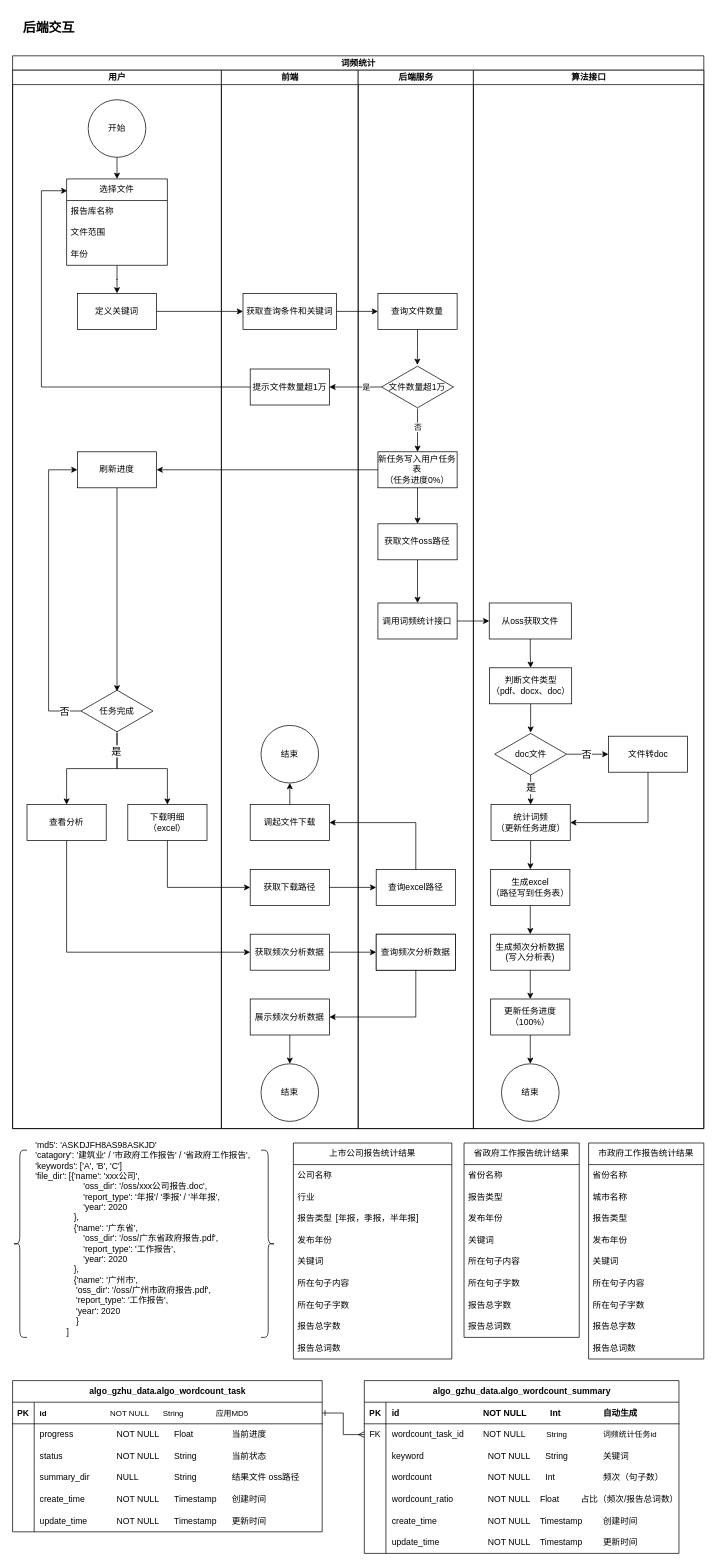
wangzijia122/drawio_repository keeps this draw.io diagram as page "AI词频统计后端交互" (10 of 10) of 广大数据平台逻辑图.drawio. Above is the earlier version. Source tidied: cells renumbered, new cells numbered last; positions are measured from the earlier drawing's top-left corner, leaving out a move shared by most shapes. Both pictures are drawn from the tidied source at 72%, with x=0, y=0 at pixel (12, 12).
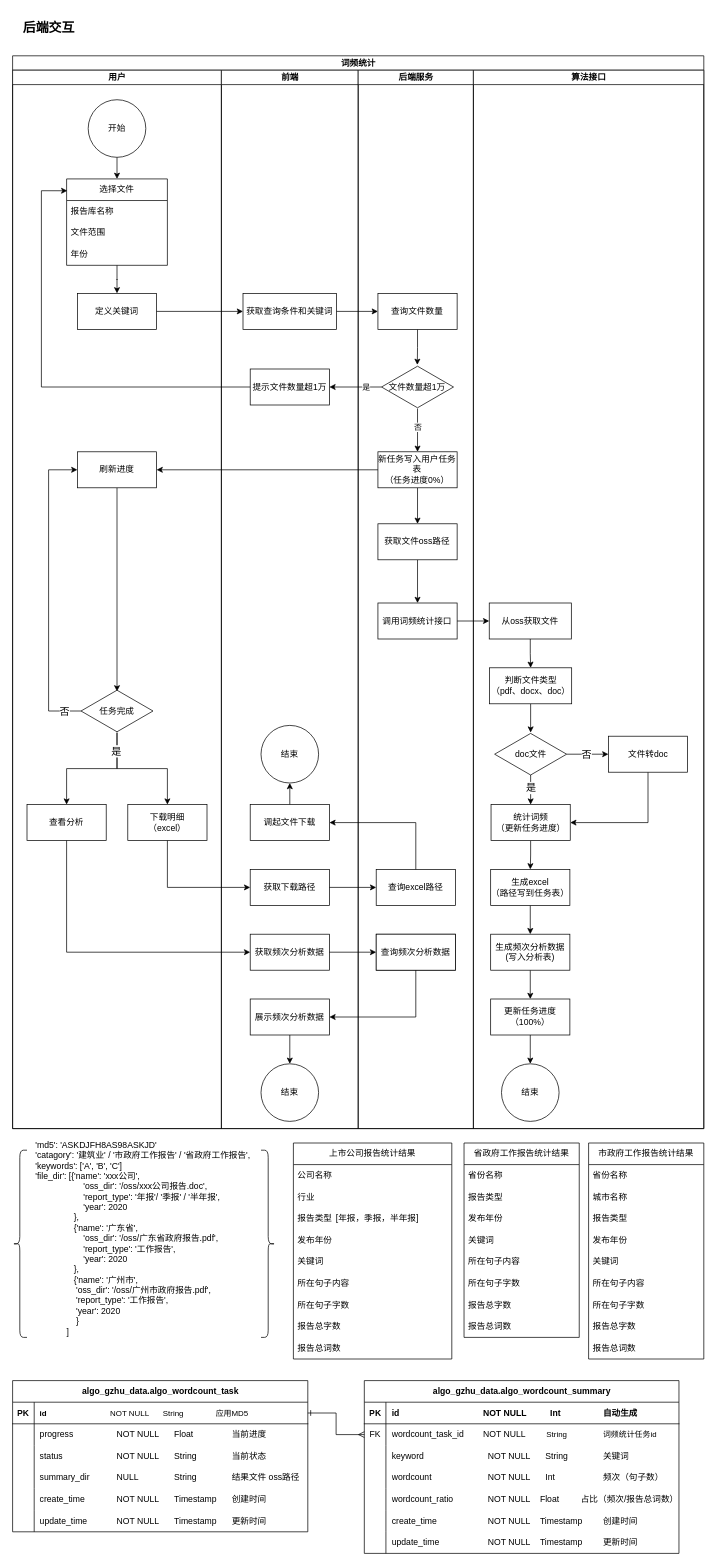
The same diagram, later.

Commit message:
更新广大数据平台逻辑图.drawio

Change to the diagram source:
```diff
@@
     <mxCell id="111" value="algo_gzhu_data.algo_wordcount_task" style="shape=table;startSize=30;childLayout=tableLayout;rowLines=0;fontStyle=1;align=center;html=1;" parent="1" vertex="1">
-      <mxGeometry y="1900" width="430" height="210" as="geometry" />
+      <mxGeometry y="1900" width="410" height="210" as="geometry" />
     </mxCell>
     <mxCell id="112" style="shape=tableRow;horizontal=0;startSize=0;swimlaneHead=0;swimlaneBody=0;fillColor=none;points=[[0,0.5],[1,0.5]];portConstraint=eastwest;top=0;left=0;right=0;bottom=1;" parent="111" vertex="1">
-      <mxGeometry y="30" width="430" height="30" as="geometry" />
+      <mxGeometry y="30" width="410" height="30" as="geometry" />
     </mxCell>
@@
     <mxCell id="114" value="id&lt;span style=&quot;border-color: var(--border-color); font-size: 11px; font-weight: 400;&quot;&gt;&lt;span style=&quot;white-space: pre; font-size: 11px;&quot;&gt;&amp;nbsp;&amp;nbsp;&amp;nbsp;&amp;nbsp;&lt;span style=&quot;white-space: pre; font-size: 11px;&quot;&gt;&#9;&lt;/span&gt;&lt;span style=&quot;white-space: pre; font-size: 11px;&quot;&gt;&#9;&lt;span style=&quot;white-space: pre;&quot;&gt;&#9;&lt;span style=&quot;white-space: pre;&quot;&gt;&#9;&lt;/span&gt;&lt;/span&gt;&lt;/span&gt;&lt;/span&gt;&lt;/span&gt;&lt;span style=&quot;font-size: 11px; font-weight: 400;&quot;&gt;NOT NULL&amp;nbsp; &amp;nbsp; &amp;nbsp;&lt;span style=&quot;white-space: pre; font-size: 11px;&quot;&gt;&#9;&lt;/span&gt;String&lt;span style=&quot;white-space: pre; font-size: 11px;&quot;&gt;&#9;&lt;span style=&quot;white-space: pre; font-size: 11px;&quot;&gt;&#9;&lt;/span&gt;&lt;/span&gt;应用MD5&lt;/span&gt;" style="shape=partialRectangle;fillColor=none;top=0;left=0;bottom=0;right=0;align=left;spacingLeft=6;fontStyle=1;overflow=hidden;whiteSpace=wrap;html=1;fontSize=11;" parent="112" vertex="1">
-      <mxGeometry x="30" width="400" height="30" as="geometry" />
+      <mxGeometry x="30" width="380" height="30" as="geometry" />
     </mxCell>
     <mxCell id="115" style="shape=tableRow;horizontal=0;startSize=0;swimlaneHead=0;swimlaneBody=0;fillColor=none;top=0;left=0;right=0;bottom=0;" parent="111" vertex="1">
-      <mxGeometry y="60" width="430" height="30" as="geometry" />
+      <mxGeometry y="60" width="410" height="30" as="geometry" />
     </mxCell>
@@
-    <mxCell id="117" value="progress&lt;span style=&quot;white-space: pre;&quot;&gt;&#9;&lt;span style=&quot;white-space: pre;&quot;&gt;&#9;&lt;span style=&quot;white-space: pre;&quot;&gt;&#9;&lt;/span&gt;&lt;/span&gt;&lt;/span&gt;NOT NULL&lt;span style=&quot;white-space: pre;&quot;&gt;&#9;F&lt;/span&gt;loat&lt;span style=&quot;white-space: pre;&quot;&gt;&#9;&lt;span style=&quot;white-space: pre;&quot;&gt;&#9;&lt;/span&gt;&lt;/span&gt;当前进度&lt;span style=&quot;white-space: pre;&quot;&gt;&#9;&lt;/span&gt;&lt;span style=&quot;white-space: pre;&quot;&gt;&#9;&lt;/span&gt;&lt;span style=&quot;white-space: pre;&quot;&gt;&#9;&lt;/span&gt;" style="shape=partialRectangle;fillColor=none;top=0;left=0;bottom=0;right=0;align=left;spacingLeft=6;overflow=hidden;whiteSpace=wrap;html=1;" parent="115" vertex="1">
-      <mxGeometry x="30" width="400" height="30" as="geometry" />
+    <mxCell id="117" value="progress&lt;span style=&quot;white-space: pre;&quot;&gt;&#9;&lt;span style=&quot;white-space: pre;&quot;&gt;&#9;&lt;span style=&quot;white-space: pre;&quot;&gt;&#9;&lt;/span&gt;&lt;/span&gt;&lt;/span&gt;NOT NULL&lt;span style=&quot;white-space: pre;&quot;&gt;&#9;F&lt;/span&gt;loat&lt;span style=&quot;white-space: pre;&quot;&gt;&#9;&lt;span style=&quot;white-space: pre;&quot;&gt;&#9;&lt;/span&gt;当前&lt;/span&gt;进度" style="shape=partialRectangle;fillColor=none;top=0;left=0;bottom=0;right=0;align=left;spacingLeft=6;overflow=hidden;whiteSpace=wrap;html=1;" parent="115" vertex="1">
+      <mxGeometry x="30" width="380" height="30" as="geometry" />
     </mxCell>
     <mxCell id="118" style="shape=tableRow;horizontal=0;startSize=0;swimlaneHead=0;swimlaneBody=0;fillColor=none;top=0;left=0;right=0;bottom=0;" parent="111" vertex="1">
-      <mxGeometry y="90" width="430" height="30" as="geometry" />
+      <mxGeometry y="90" width="410" height="30" as="geometry" />
     </mxCell>
@@
     <mxCell id="120" value="status&lt;span style=&quot;white-space: pre;&quot;&gt;&#9;&lt;/span&gt;&lt;span style=&quot;white-space: pre;&quot;&gt;&#9;&lt;span style=&quot;white-space: pre;&quot;&gt;&#9;&lt;/span&gt;&lt;/span&gt;NOT NULL&lt;span style=&quot;white-space: pre;&quot;&gt;&#9;&lt;/span&gt;String&lt;span style=&quot;white-space: pre;&quot;&gt;&#9;&lt;/span&gt;&lt;span style=&quot;white-space: pre;&quot;&gt;&#9;&lt;/span&gt;当前状态" style="shape=partialRectangle;fillColor=none;top=0;left=0;bottom=0;right=0;align=left;spacingLeft=6;overflow=hidden;whiteSpace=wrap;html=1;" parent="118" vertex="1">
-      <mxGeometry x="30" width="400" height="30" as="geometry" />
+      <mxGeometry x="30" width="380" height="30" as="geometry" />
     </mxCell>
     <mxCell id="121" style="shape=tableRow;horizontal=0;startSize=0;swimlaneHead=0;swimlaneBody=0;fillColor=none;top=0;left=0;right=0;bottom=0;" parent="111" vertex="1">
-      <mxGeometry y="120" width="430" height="30" as="geometry" />
+      <mxGeometry y="120" width="410" height="30" as="geometry" />
     </mxCell>
@@
     <mxCell id="123" value="summary_dir&lt;span style=&quot;white-space: pre;&quot;&gt;&#9;&lt;/span&gt;&lt;span style=&quot;white-space: pre;&quot;&gt;&#9;&lt;/span&gt;NULL&lt;span style=&quot;white-space: pre;&quot;&gt;&#9;&lt;span style=&quot;white-space: pre;&quot;&gt;&#9;&lt;/span&gt;&lt;/span&gt;String&lt;span style=&quot;white-space: pre;&quot;&gt;&#9;&lt;/span&gt;&lt;span style=&quot;white-space: pre;&quot;&gt;&#9;&lt;/span&gt;结果文件 oss路径" style="shape=partialRectangle;fillColor=none;top=0;left=0;bottom=0;right=0;align=left;spacingLeft=6;overflow=hidden;whiteSpace=wrap;html=1;" parent="121" vertex="1">
-      <mxGeometry x="30" width="400" height="30" as="geometry" />
+      <mxGeometry x="30" width="380" height="30" as="geometry" />
     </mxCell>
     <mxCell id="124" style="shape=tableRow;horizontal=0;startSize=0;swimlaneHead=0;swimlaneBody=0;fillColor=none;top=0;left=0;right=0;bottom=0;" parent="111" vertex="1">
-      <mxGeometry y="150" width="430" height="30" as="geometry" />
+      <mxGeometry y="150" width="410" height="30" as="geometry" />
     </mxCell>
@@
     <mxCell id="126" value="create_time&lt;span style=&quot;white-space: pre;&quot;&gt;&#9;&lt;span style=&quot;white-space: pre;&quot;&gt;&#9;&lt;/span&gt;&lt;/span&gt;NOT NULL&lt;span style=&quot;white-space: pre;&quot;&gt;&#9;&lt;/span&gt;Timestamp&lt;span style=&quot;white-space: pre;&quot;&gt;&#9;&lt;/span&gt;创建时间" style="shape=partialRectangle;fillColor=none;top=0;left=0;bottom=0;right=0;align=left;spacingLeft=6;overflow=hidden;whiteSpace=wrap;html=1;" parent="124" vertex="1">
-      <mxGeometry x="30" width="400" height="30" as="geometry" />
+      <mxGeometry x="30" width="380" height="30" as="geometry" />
     </mxCell>
     <mxCell id="127" style="shape=tableRow;horizontal=0;startSize=0;swimlaneHead=0;swimlaneBody=0;fillColor=none;top=0;left=0;right=0;bottom=0;" parent="111" vertex="1">
-      <mxGeometry y="180" width="430" height="30" as="geometry" />
+      <mxGeometry y="180" width="410" height="30" as="geometry" />
     </mxCell>
@@
     <mxCell id="129" value="update_time&lt;span style=&quot;white-space: pre;&quot;&gt;&#9;&lt;span style=&quot;white-space: pre;&quot;&gt;&#9;&lt;/span&gt;&lt;/span&gt;NOT NULL&lt;span style=&quot;white-space: pre;&quot;&gt;&#9;&lt;/span&gt;Timestamp&lt;span style=&quot;white-space: pre;&quot;&gt;&#9;&lt;/span&gt;更新时间" style="shape=partialRectangle;fillColor=none;top=0;left=0;bottom=0;right=0;align=left;spacingLeft=6;overflow=hidden;whiteSpace=wrap;html=1;" parent="127" vertex="1">
-      <mxGeometry x="30" width="400" height="30" as="geometry" />
+      <mxGeometry x="30" width="380" height="30" as="geometry" />
     </mxCell>
```
